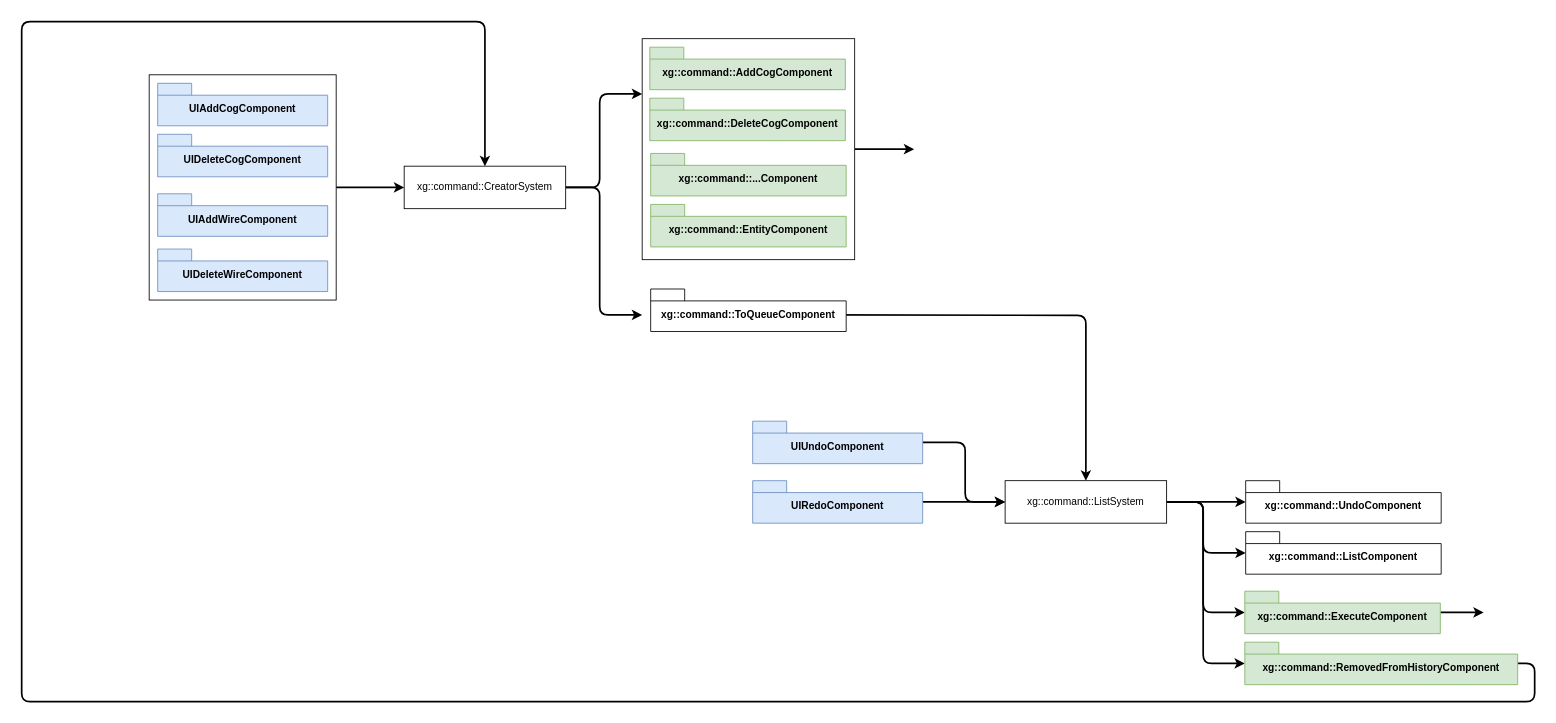
Above: design/command-undo.drawio in djfooks-kl/breadboard (draw.io), before the change. Source tidied: cells renumbered, new cells numbered last; positions are measured from the earlier drawing's top-left corner, leaving out a move shared by most shapes. Both pictures are drawn from the tidied source at 85%, with x=0, y=0 at pixel (21, 21).
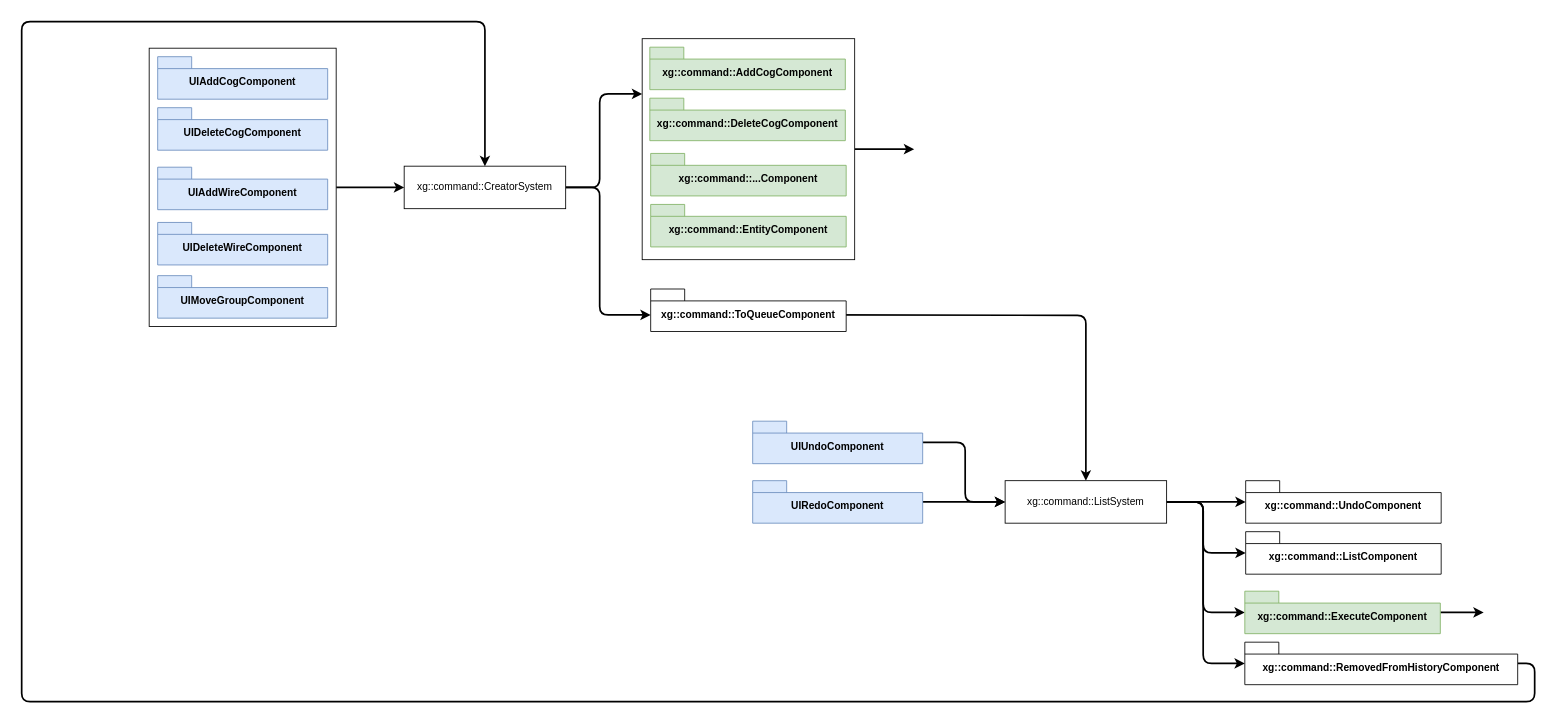
After the change.

Commit message (it also covers changes not shown here):
Updated design for moving command

Unchanged cells that the change refers to:
```xml
<mxCell id="10" value="xg::command::CreatorSystem" style="html=1;whiteSpace=wrap;" parent="1" vertex="1">
  <mxGeometry x="450" y="170" width="190" height="50" as="geometry" />
</mxCell>
<mxCell id="14" value="xg::command::ToQueueComponent" style="shape=folder;fontStyle=1;spacingTop=10;tabWidth=40;tabHeight=14;tabPosition=left;html=1;whiteSpace=wrap;" parent="1" vertex="1">
  <mxGeometry x="740" y="314.5" width="230" height="50" as="geometry" />
</mxCell>
```

The edit, as a diff of the source:
```diff
@@
     <mxCell id="3" style="rounded=0;whiteSpace=wrap;html=1;fontFamily=Helvetica;fontSize=11;fontColor=default;labelBackgroundColor=default;" parent="1" vertex="1">
-      <mxGeometry x="150" y="62.5" width="220" height="265" as="geometry" />
+      <mxGeometry x="150" y="31.2" width="220" height="327.5" as="geometry" />
     </mxCell>
@@
-    <mxCell id="8" style="edgeStyle=orthogonalEdgeStyle;shape=connector;curved=0;rounded=1;jettySize=auto;html=1;strokeColor=default;strokeWidth=2;align=center;verticalAlign=middle;fontFamily=Helvetica;fontSize=11;fontColor=default;labelBackgroundColor=default;endArrow=classic;" parent="1" edge="1" source="10">
+    <mxCell id="8" style="edgeStyle=orthogonalEdgeStyle;shape=connector;curved=0;rounded=1;jettySize=auto;html=1;strokeColor=default;strokeWidth=2;align=center;verticalAlign=middle;fontFamily=Helvetica;fontSize=11;fontColor=default;labelBackgroundColor=default;endArrow=classic;" parent="1" edge="1" source="10" target="14">
       <mxGeometry relative="1" as="geometry">
-        <mxPoint x="730" y="345" as="targetPoint" />
         <Array as="points">
           <mxPoint x="680" y="195" />
           <mxPoint x="680" y="345" />
         </Array>
       </mxGeometry>
     </mxCell>
@@
     <mxCell id="11" value="UIDeleteCogComponent" style="shape=folder;fontStyle=1;spacingTop=10;tabWidth=40;tabHeight=14;tabPosition=left;html=1;whiteSpace=wrap;fillColor=#dae8fc;strokeColor=#6c8ebf;" parent="1" vertex="1">
-      <mxGeometry x="160" y="132.5" width="200" height="50" as="geometry" />
+      <mxGeometry x="160" y="101.2" width="200" height="50" as="geometry" />
     </mxCell>
@@
     <mxCell id="13" value="UIAddCogComponent" style="shape=folder;fontStyle=1;spacingTop=10;tabWidth=40;tabHeight=14;tabPosition=left;html=1;whiteSpace=wrap;fillColor=#dae8fc;strokeColor=#6c8ebf;" parent="1" vertex="1">
-      <mxGeometry x="160" y="72.5" width="200" height="50" as="geometry" />
+      <mxGeometry x="160" y="41.2" width="200" height="50" as="geometry" />
     </mxCell>
@@
     <mxCell id="29" value="UIAddWireComponent" style="shape=folder;fontStyle=1;spacingTop=10;tabWidth=40;tabHeight=14;tabPosition=left;html=1;whiteSpace=wrap;fillColor=#dae8fc;strokeColor=#6c8ebf;" parent="1" vertex="1">
-      <mxGeometry x="160" y="202.5" width="200" height="50" as="geometry" />
+      <mxGeometry x="160" y="171.2" width="200" height="50" as="geometry" />
     </mxCell>
@@
-    <mxCell id="31" value="xg::command::RemovedFromHistoryComponent" style="shape=folder;fontStyle=1;spacingTop=10;tabWidth=40;tabHeight=14;tabPosition=left;html=1;whiteSpace=wrap;fillColor=#d5e8d4;strokeColor=#82b366;" parent="1" vertex="1">
+    <mxCell id="31" value="xg::command::RemovedFromHistoryComponent" style="shape=folder;fontStyle=1;spacingTop=10;tabWidth=40;tabHeight=14;tabPosition=left;html=1;whiteSpace=wrap;" parent="1" vertex="1">
       <mxGeometry x="1439" y="730" width="321" height="50" as="geometry" />
     </mxCell>
@@
     <mxCell id="33" value="UIDeleteWireComponent" style="shape=folder;fontStyle=1;spacingTop=10;tabWidth=40;tabHeight=14;tabPosition=left;html=1;whiteSpace=wrap;fillColor=#dae8fc;strokeColor=#6c8ebf;" parent="1" vertex="1">
-      <mxGeometry x="160" y="267.5" width="200" height="50" as="geometry" />
+      <mxGeometry x="160" y="236.2" width="200" height="50" as="geometry" />
     </mxCell>
+    <mxCell id="34" value="UIMoveGroupComponent" style="shape=folder;fontStyle=1;spacingTop=10;tabWidth=40;tabHeight=14;tabPosition=left;html=1;whiteSpace=wrap;fillColor=#dae8fc;strokeColor=#6c8ebf;" parent="1" vertex="1">
+      <mxGeometry x="160" y="298.8" width="200" height="50" as="geometry" />
+    </mxCell>
```
